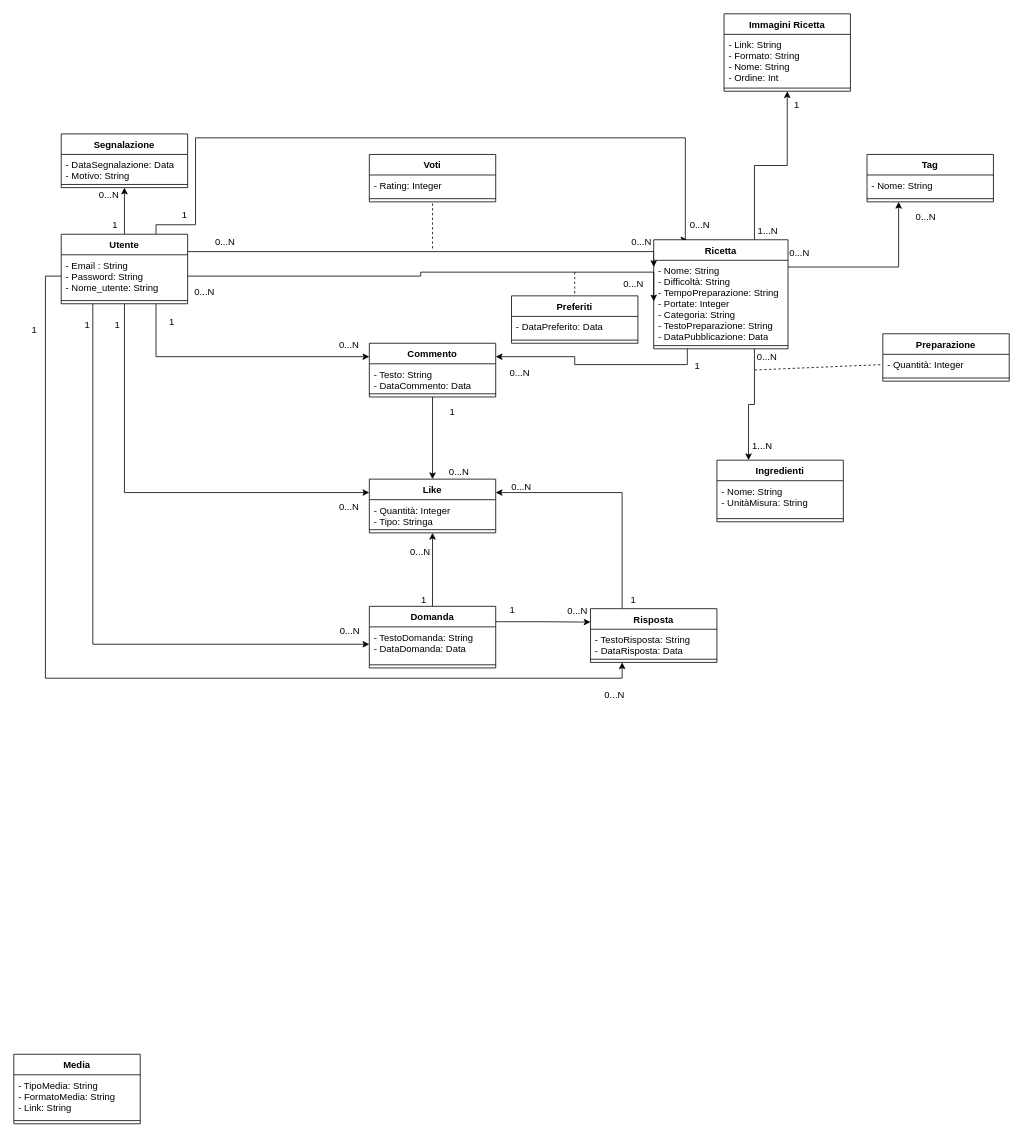
Before: Documentazione/Class Diagram.drawio in SimoneG97/ApplicazioniPerDispositiviMobili, a draw.io diagram. Source tidied: cells renumbered, new cells numbered last; positions are measured from the earlier drawing's top-left corner, leaving out a move shared by most shapes. Both pictures are drawn from the tidied source at 79%, with x=0, y=0 at pixel (13, 13).
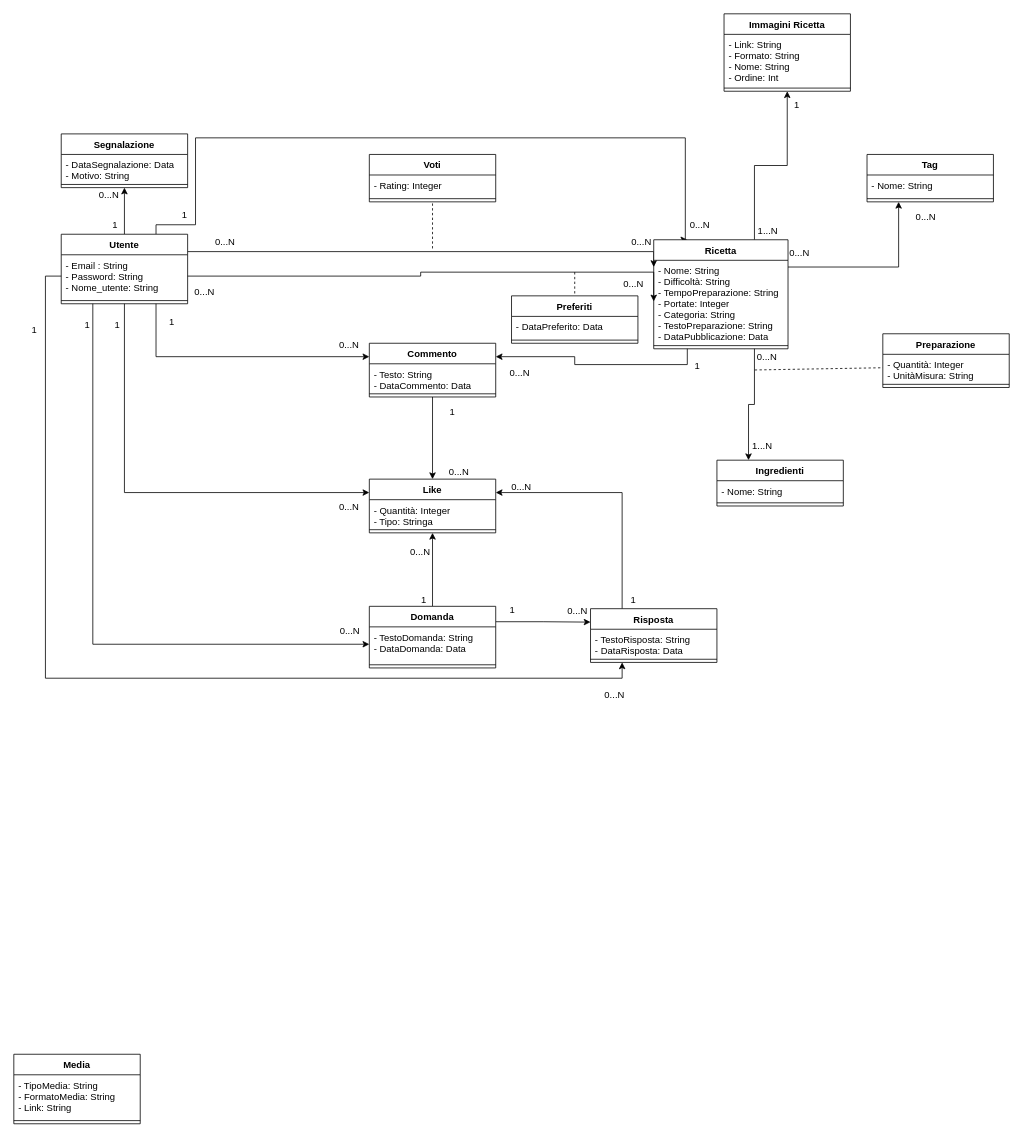
After the change.

Commit message (it also covers changes not shown here):
Modifiche strutturali

What changed in the source:
```diff
@@
     <mxCell id="28" value="Ingredienti" style="swimlane;fontStyle=1;align=center;verticalAlign=top;horizontal=1;startSize=26;" parent="1" vertex="1">
-      <mxGeometry x="890" y="565" width="160" height="78" as="geometry" />
+      <mxGeometry x="890" y="565" width="160" height="58" as="geometry" />
     </mxCell>
-    <mxCell id="29" value="- Nome: String&#10;- UnitàMisura: String&#10;" style="text;strokeColor=none;fillColor=none;align=left;verticalAlign=top;spacingLeft=4;spacingRight=4;overflow=hidden;" parent="28" vertex="1">
-      <mxGeometry y="26" width="160" height="44" as="geometry" />
+    <mxCell id="29" value="- Nome: String&#10;" style="text;strokeColor=none;fillColor=none;align=left;verticalAlign=top;spacingLeft=4;spacingRight=4;overflow=hidden;" parent="28" vertex="1">
+      <mxGeometry y="26" width="160" height="24" as="geometry" />
     </mxCell>
     <mxCell id="30" style="line;strokeWidth=1;fillColor=none;align=left;verticalAlign=middle;spacingTop=-1;spacingLeft=3;spacingRight=3;labelPosition=right;" parent="28" vertex="1">
-      <mxGeometry y="70" width="160" height="8" as="geometry" />
+      <mxGeometry y="50" width="160" height="8" as="geometry" />
     </mxCell>
@@
     <mxCell id="54" value="Preparazione" style="swimlane;fontStyle=1;align=center;verticalAlign=top;horizontal=1;startSize=26;" parent="1" vertex="1">
-      <mxGeometry x="1100" y="405" width="160" height="60" as="geometry" />
+      <mxGeometry x="1100" y="405" width="160" height="68" as="geometry" />
     </mxCell>
-    <mxCell id="55" value="- Quantità: Integer" style="text;strokeColor=none;fillColor=none;align=left;verticalAlign=top;spacingLeft=4;spacingRight=4;overflow=hidden;points=[[0,0.5],[1,0.5]];portConstraint=eastwest;" parent="54" vertex="1">
-      <mxGeometry y="26" width="160" height="26" as="geometry" />
+    <mxCell id="55" value="- Quantità: Integer&#10;- UnitàMisura: String" style="text;strokeColor=none;fillColor=none;align=left;verticalAlign=top;spacingLeft=4;spacingRight=4;overflow=hidden;points=[[0,0.5],[1,0.5]];portConstraint=eastwest;" parent="54" vertex="1">
+      <mxGeometry y="26" width="160" height="34" as="geometry" />
     </mxCell>
     <mxCell id="56" style="line;strokeWidth=1;fillColor=none;align=left;verticalAlign=middle;spacingTop=-1;spacingLeft=3;spacingRight=3;labelPosition=right;" parent="54" vertex="1">
-      <mxGeometry y="52" width="160" height="8" as="geometry" />
+      <mxGeometry y="60" width="160" height="8" as="geometry" />
     </mxCell>
```
